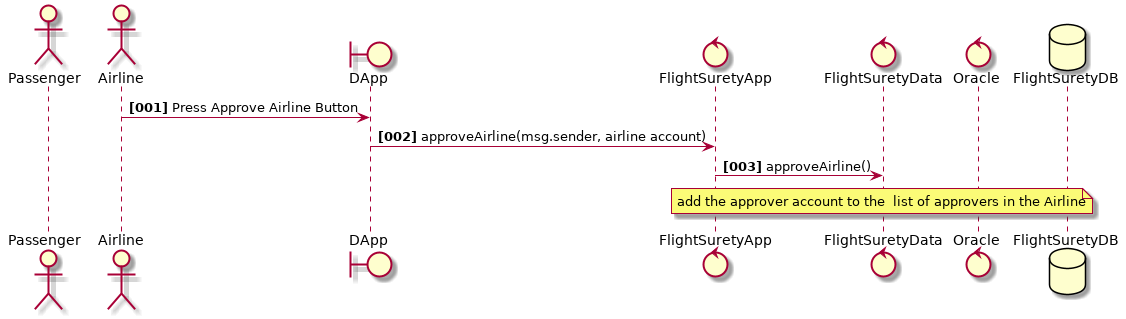
The PlantUML diagram out/projects/project_FlightSurety/UML/seq_approveAirline/seq_approveAirline.png in HajimeK/BlockchainDevND, before a commit. Source of this version:
```plantuml
@startuml
actor Passenger
actor Airline
boundary DApp
control FlightSuretyApp
control FlightSuretyData
control Oracle
database FlightSuretyDB

autonumber "<b>[000]"
Airline -> DApp : Press Approve Airline Button
DApp -> FlightSuretyApp : approveAirline(msg.sender, airline account)
FlightSuretyApp -> FlightSuretyData: approveAirline()
note over FlightSuretyData
    add the approver account to the  list of approvers in the Airline
end note
@enduml
```
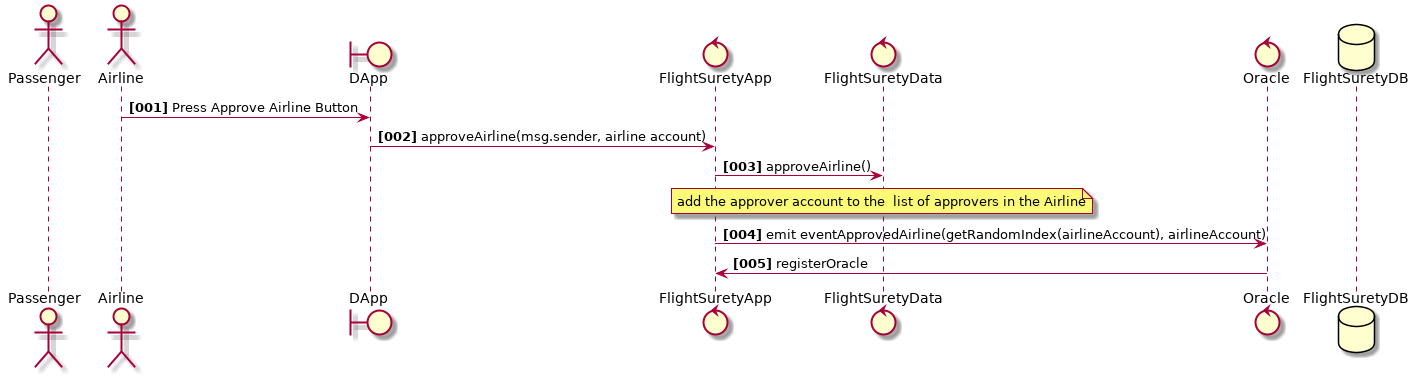
After the change.

What changed in the source:
```diff
@@ -14,4 +14,6 @@
 note over FlightSuretyData
     add the approver account to the  list of approvers in the Airline
 end note
+FlightSuretyApp -> Oracle: emit eventApprovedAirline(getRandomIndex(airlineAccount), airlineAccount)
+Oracle -> FlightSuretyApp: registerOracle
 @enduml
```
